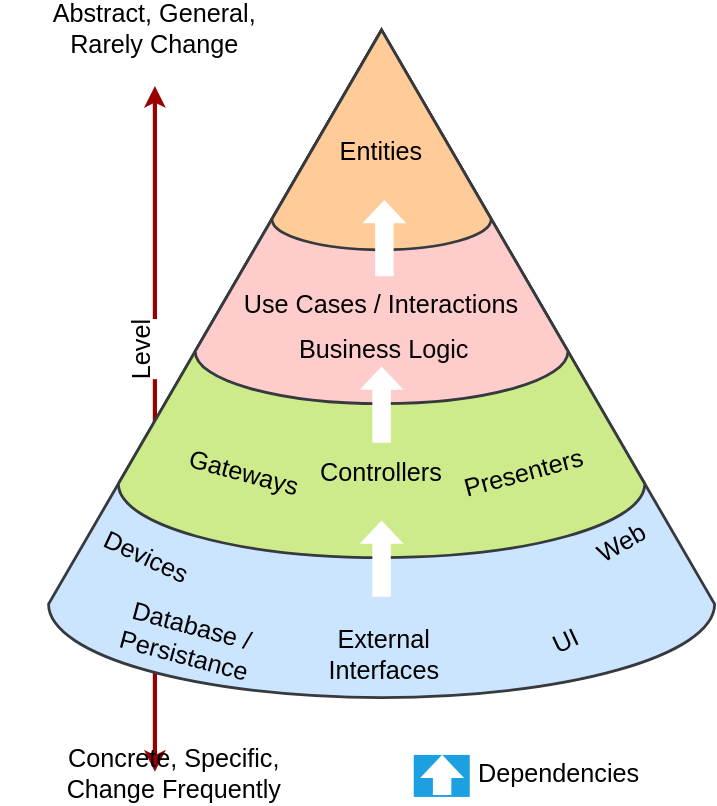
This is docs/technicaldocs/diagrams/Architecture/CleanArchCone.drawio.svg from D-BowdreyR/ORRAS, a draw.io export, as it was before one commit. Source tidied: cells renumbered, new cells last; positions are measured from the earlier drawing's top-left corner, leaving out a move shared by most shapes. Source of this version:
```xml
<mxGraphModel>
  <root>
    <mxCell id="0" />
    <mxCell id="1" parent="0" />
    <mxCell id="2" style="endArrow=classic;startArrow=classic;html=1;fontSize=17;strokeWidth=3;strokeColor=#990000;" parent="1" edge="1">
      <mxGeometry relative="1" as="geometry">
        <mxPoint x="110" y="540" as="sourcePoint" />
        <mxPoint x="110" y="50" as="targetPoint" />
      </mxGeometry>
    </mxCell>
    <mxCell id="3" value="Level" style="edgeLabel;html=1;align=center;verticalAlign=middle;fontSize=18;fontColor=#000000;rotation=-90;" parent="2" vertex="1">
      <mxGeometry x="0.53" y="2" relative="1" as="geometry">
        <mxPoint x="-8" y="76" as="offset" />
      </mxGeometry>
    </mxCell>
    <mxCell id="4" style="group;strokeWidth=2;" parent="1" vertex="1">
      <mxGeometry x="34" y="10" width="476" height="477" as="geometry" />
    </mxCell>
    <mxCell id="5" style="verticalLabelPosition=bottom;verticalAlign=top;html=1;shape=mxgraph.basic.cone2;dx=0.5;dy=0.86;fontSize=17;fillColor=#cce5ff;strokeColor=#36393d;strokeWidth=2;" parent="4" vertex="1">
      <mxGeometry width="476" height="477" as="geometry" />
    </mxCell>
    <mxCell id="6" style="verticalLabelPosition=bottom;verticalAlign=top;html=1;shape=mxgraph.basic.cone2;dx=0.5;dy=0.86;fontSize=17;fillColor=#cdeb8b;strokeColor=#36393d;strokeWidth=2;" parent="4" vertex="1">
      <mxGeometry x="49.9" width="376.2" height="377" as="geometry" />
    </mxCell>
    <mxCell id="7" style="verticalLabelPosition=bottom;verticalAlign=top;html=1;shape=mxgraph.basic.cone2;dx=0.5;dy=0.86;fontSize=17;fillColor=#ffcccc;strokeColor=#36393d;strokeWidth=2;" parent="4" vertex="1">
      <mxGeometry x="104.8" width="266.4" height="267" as="geometry" />
    </mxCell>
    <mxCell id="8" style="verticalLabelPosition=bottom;verticalAlign=top;html=1;shape=mxgraph.basic.cone2;dx=0.5;dy=0.86;fontSize=17;fillColor=#ffcc99;strokeColor=#36393d;strokeWidth=2;" parent="4" vertex="1">
      <mxGeometry x="159.7" width="156.7" height="157" as="geometry" />
    </mxCell>
    <mxCell id="9" value="Database / Persistance" style="text;html=1;strokeColor=none;fillColor=none;align=center;verticalAlign=middle;whiteSpace=wrap;rounded=0;fontSize=18;rotation=15;" parent="4" vertex="1">
      <mxGeometry x="80" y="427" width="40" height="20" as="geometry" />
    </mxCell>
    <mxCell id="10" value="Devices" style="text;html=1;strokeColor=none;fillColor=none;align=center;verticalAlign=middle;whiteSpace=wrap;rounded=0;fontSize=18;rotation=25;" parent="4" vertex="1">
      <mxGeometry x="49.9" y="367" width="40" height="20" as="geometry" />
    </mxCell>
    <mxCell id="11" value="Web" style="text;html=1;strokeColor=none;fillColor=none;align=center;verticalAlign=middle;whiteSpace=wrap;rounded=0;fontSize=18;rotation=-30;" parent="4" vertex="1">
      <mxGeometry x="390" y="357" width="40" height="20" as="geometry" />
    </mxCell>
    <mxCell id="12" value="UI" style="text;html=1;strokeColor=none;fillColor=none;align=center;verticalAlign=middle;whiteSpace=wrap;rounded=0;fontSize=18;rotation=-25;" parent="4" vertex="1">
      <mxGeometry x="350" y="427" width="40" height="20" as="geometry" />
    </mxCell>
    <mxCell id="13" value="External Interfaces" style="text;html=1;strokeColor=none;fillColor=none;align=center;verticalAlign=middle;whiteSpace=wrap;rounded=0;fontSize=18;rotation=0;" parent="4" vertex="1">
      <mxGeometry x="220" y="437" width="40" height="20" as="geometry" />
    </mxCell>
    <mxCell id="14" value="Gateways" style="text;html=1;strokeColor=none;fillColor=none;align=center;verticalAlign=middle;whiteSpace=wrap;rounded=0;fontSize=18;rotation=15;" parent="4" vertex="1">
      <mxGeometry x="120" y="307" width="40" height="20" as="geometry" />
    </mxCell>
    <mxCell id="15" value="Presenters" style="text;html=1;strokeColor=none;fillColor=none;align=center;verticalAlign=middle;whiteSpace=wrap;rounded=0;fontSize=18;rotation=-15;" parent="4" vertex="1">
      <mxGeometry x="320" y="307" width="40" height="20" as="geometry" />
    </mxCell>
    <mxCell id="16" value="Controllers" style="text;html=1;strokeColor=none;fillColor=none;align=center;verticalAlign=middle;whiteSpace=wrap;rounded=0;fontSize=18;rotation=0;" parent="4" vertex="1">
      <mxGeometry x="218" y="307" width="40" height="20" as="geometry" />
    </mxCell>
    <mxCell id="17" value="Use Cases / Interactions&amp;nbsp;" style="text;html=1;strokeColor=none;fillColor=none;align=center;verticalAlign=middle;whiteSpace=wrap;rounded=0;fontSize=18;rotation=0;" parent="4" vertex="1">
      <mxGeometry x="128" y="187" width="220" height="20" as="geometry" />
    </mxCell>
    <mxCell id="18" value="Business Logic" style="text;html=1;strokeColor=none;fillColor=none;align=center;verticalAlign=middle;whiteSpace=wrap;rounded=0;fontSize=18;rotation=0;" parent="4" vertex="1">
      <mxGeometry x="170" y="219" width="140" height="20" as="geometry" />
    </mxCell>
    <mxCell id="19" value="Entities" style="text;html=1;strokeColor=none;fillColor=none;align=center;verticalAlign=middle;whiteSpace=wrap;rounded=0;fontSize=18;rotation=0;" parent="4" vertex="1">
      <mxGeometry x="168" y="77" width="140" height="20" as="geometry" />
    </mxCell>
    <mxCell id="20" style="html=1;shadow=0;dashed=0;align=center;verticalAlign=middle;shape=mxgraph.arrows2.arrow;dy=0.58;dx=16.59;notch=0;fontFamily=Tahoma;fontSize=15;fontColor=#000000;strokeColor=none;rotation=-90;fillColor=#FFFFFF;" parent="4" vertex="1">
      <mxGeometry x="210.8" y="362" width="54.5" height="31.4" as="geometry" />
    </mxCell>
    <mxCell id="21" style="html=1;shadow=0;dashed=0;align=center;verticalAlign=middle;shape=mxgraph.arrows2.arrow;dy=0.58;dx=16.59;notch=0;fontFamily=Tahoma;fontSize=15;fontColor=#000000;strokeColor=none;rotation=-90;fillColor=#FFFFFF;" parent="4" vertex="1">
      <mxGeometry x="210.8" y="252" width="54.5" height="31.4" as="geometry" />
    </mxCell>
    <mxCell id="22" style="html=1;shadow=0;dashed=0;align=center;verticalAlign=middle;shape=mxgraph.arrows2.arrow;dy=0.58;dx=16.59;notch=0;fontFamily=Tahoma;fontSize=15;fontColor=#000000;strokeColor=none;rotation=-90;fillColor=#FFFFFF;" parent="4" vertex="1">
      <mxGeometry x="212.8" y="133" width="54.5" height="31.4" as="geometry" />
    </mxCell>
    <mxCell id="23" value="Abstract, General, &lt;br&gt;Rarely Change" style="text;html=1;strokeColor=none;fillColor=none;align=center;verticalAlign=middle;whiteSpace=wrap;rounded=0;fontSize=18;" parent="1" vertex="1">
      <mxGeometry width="220" height="20" as="geometry" />
    </mxCell>
    <mxCell id="24" value="Concrete, Specific, &lt;br&gt;Change Frequently" style="text;html=1;strokeColor=none;fillColor=none;align=center;verticalAlign=middle;whiteSpace=wrap;rounded=0;fontSize=18;" parent="1" vertex="1">
      <mxGeometry y="532.3" width="248" height="20" as="geometry" />
    </mxCell>
    <mxCell id="25" style="rounded=0;whiteSpace=wrap;html=1;strokeWidth=2;fontSize=18;rotation=90;fillColor=#1ba1e2;fontColor=#ffffff;strokeColor=none;" parent="1" vertex="1">
      <mxGeometry x="300" y="523" width="30" height="40" as="geometry" />
    </mxCell>
    <mxCell id="26" style="html=1;shadow=0;dashed=0;align=center;verticalAlign=middle;shape=mxgraph.arrows2.arrow;dy=0.58;dx=16.59;notch=0;fontFamily=Tahoma;fontSize=15;fontColor=#000000;strokeColor=none;rotation=-90;fillColor=#FFFFFF;" parent="1" vertex="1">
      <mxGeometry x="300.9" y="526.6" width="28.8" height="31.4" as="geometry" />
    </mxCell>
    <mxCell id="27" value="Dependencies" style="text;html=1;strokeColor=none;fillColor=none;align=center;verticalAlign=middle;whiteSpace=wrap;rounded=0;fontSize=18;fontColor=#000000;" parent="1" vertex="1">
      <mxGeometry x="339" y="532.3" width="120" height="20" as="geometry" />
    </mxCell>
  </root>
</mxGraphModel>
```
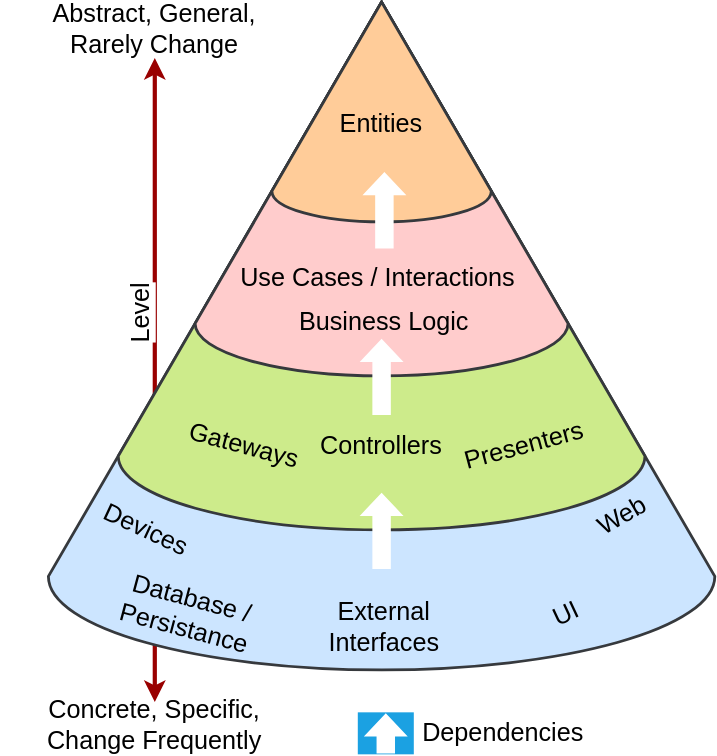
The same diagram one commit later.

Diff of the diagram source:
```diff
@@ -4,7 +4,7 @@
     <mxCell id="1" parent="0" />
     <mxCell id="2" style="endArrow=classic;startArrow=classic;html=1;fontSize=17;strokeWidth=3;strokeColor=#990000;" parent="1" edge="1">
       <mxGeometry relative="1" as="geometry">
-        <mxPoint x="110" y="540" as="sourcePoint" />
+        <mxPoint x="110" y="510" as="sourcePoint" />
         <mxPoint x="110" y="50" as="targetPoint" />
       </mxGeometry>
     </mxCell>
@@ -70,20 +70,20 @@
     <mxCell id="22" style="html=1;shadow=0;dashed=0;align=center;verticalAlign=middle;shape=mxgraph.arrows2.arrow;dy=0.58;dx=16.59;notch=0;fontFamily=Tahoma;fontSize=15;fontColor=#000000;strokeColor=none;rotation=-90;fillColor=#FFFFFF;" parent="4" vertex="1">
       <mxGeometry x="212.8" y="133" width="54.5" height="31.4" as="geometry" />
     </mxCell>
-    <mxCell id="23" value="Abstract, General, &lt;br&gt;Rarely Change" style="text;html=1;strokeColor=none;fillColor=none;align=center;verticalAlign=middle;whiteSpace=wrap;rounded=0;fontSize=18;" parent="1" vertex="1">
-      <mxGeometry width="220" height="20" as="geometry" />
+    <mxCell id="23" value="Abstract, General, &lt;br&gt;Rarely Change" style="text;html=1;strokeColor=none;fillColor=none;align=center;verticalAlign=middle;whiteSpace=wrap;rounded=0;fontSize=18;" parent="4" vertex="1">
+      <mxGeometry x="-34" y="10" width="220" height="20" as="geometry" />
     </mxCell>
     <mxCell id="24" value="Concrete, Specific, &lt;br&gt;Change Frequently" style="text;html=1;strokeColor=none;fillColor=none;align=center;verticalAlign=middle;whiteSpace=wrap;rounded=0;fontSize=18;" parent="1" vertex="1">
-      <mxGeometry y="532.3" width="248" height="20" as="geometry" />
+      <mxGeometry x="8" y="516.6" width="204" height="20" as="geometry" />
     </mxCell>
     <mxCell id="25" style="rounded=0;whiteSpace=wrap;html=1;strokeWidth=2;fontSize=18;rotation=90;fillColor=#1ba1e2;fontColor=#ffffff;strokeColor=none;" parent="1" vertex="1">
-      <mxGeometry x="300" y="523" width="30" height="40" as="geometry" />
+      <mxGeometry x="260" y="512.3" width="30" height="40" as="geometry" />
     </mxCell>
     <mxCell id="26" style="html=1;shadow=0;dashed=0;align=center;verticalAlign=middle;shape=mxgraph.arrows2.arrow;dy=0.58;dx=16.59;notch=0;fontFamily=Tahoma;fontSize=15;fontColor=#000000;strokeColor=none;rotation=-90;fillColor=#FFFFFF;" parent="1" vertex="1">
-      <mxGeometry x="300.9" y="526.6" width="28.8" height="31.4" as="geometry" />
+      <mxGeometry x="260.6" y="516.6" width="28.8" height="31.4" as="geometry" />
     </mxCell>
     <mxCell id="27" value="Dependencies" style="text;html=1;strokeColor=none;fillColor=none;align=center;verticalAlign=middle;whiteSpace=wrap;rounded=0;fontSize=18;fontColor=#000000;" parent="1" vertex="1">
-      <mxGeometry x="339" y="532.3" width="120" height="20" as="geometry" />
+      <mxGeometry x="299" y="521.6" width="120" height="20" as="geometry" />
     </mxCell>
   </root>
 </mxGraphModel>
```
